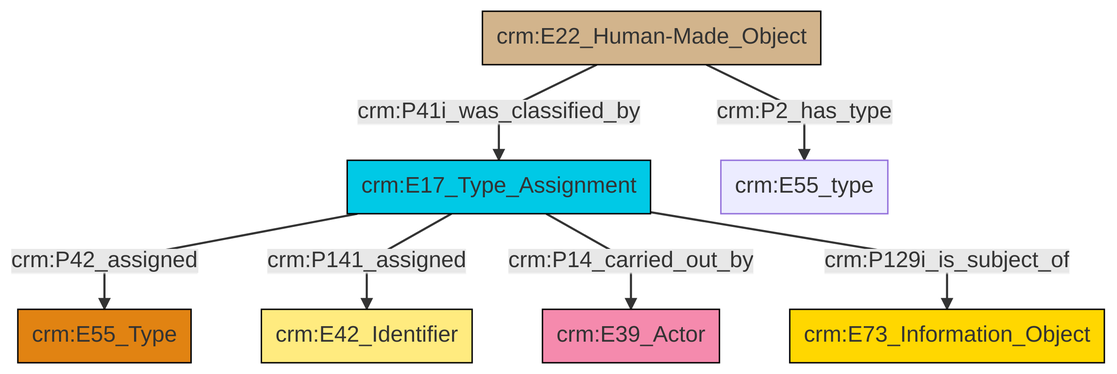
This is et/builtWorkCSV/ttl/mmd/png/Built_Work_designation_status.png from swiss-art-research-net/docs.swissartresearch, a Mermaid export, as it was before one commit. Its source is kept beside it as et/builtWorkCSV/ttl/mmd/Built_Work_designation_status.ttl.mmd.
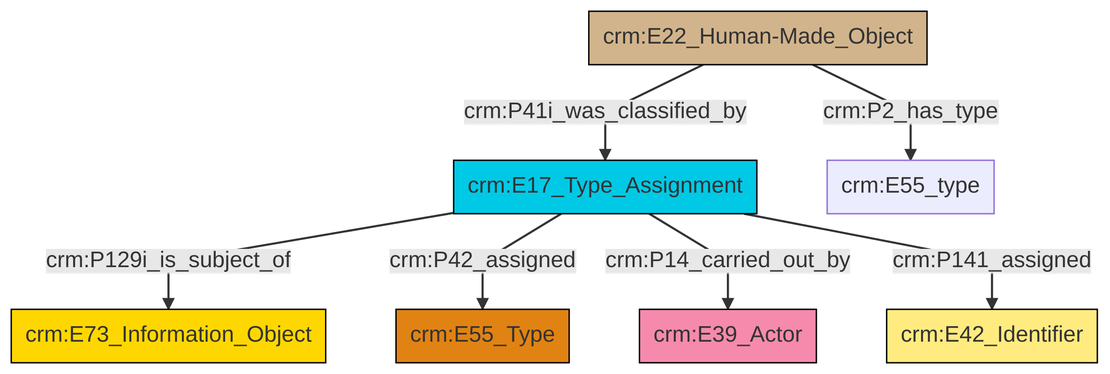
The same file after the commit.

The edit, as a diff of the source:
```diff
@@ -13,9 +13,9 @@
 classDef PC_Classes fill:#4ce600, stroke:#000000;
 classDef Multi fill:#cccccc,stroke:#000000;
 
-2["crm:E22_Human-Made_Object"]:::Physical_Thing -->|crm:P41i_was_classified_by| 3["crm:E17_Type_Assignment"]:::Temporal_Entity
-3["crm:E17_Type_Assignment"]:::Temporal_Entity -->|crm:P42_assigned| 0["crm:E55_Type"]:::Type
-3["crm:E17_Type_Assignment"]:::Temporal_Entity -->|crm:P141_assigned| 5["crm:E42_Identifier"]:::Appellation
-3["crm:E17_Type_Assignment"]:::Temporal_Entity -->|crm:P14_carried_out_by| 9["crm:E39_Actor"]:::Actor
-3["crm:E17_Type_Assignment"]:::Temporal_Entity -->|crm:P129i_is_subject_of| 7["crm:E73_Information_Object"]:::Conceptual_Object
-2["crm:E22_Human-Made_Object"]:::Physical_Thing -->|crm:P2_has_type| 12["crm:E55_type"]:::Default
+2["crm:E17_Type_Assignment"]:::Temporal_Entity -->|crm:P129i_is_subject_of| 3["crm:E73_Information_Object"]:::Conceptual_Object
+5["crm:E22_Human-Made_Object"]:::Physical_Thing -->|crm:P41i_was_classified_by| 2["crm:E17_Type_Assignment"]:::Temporal_Entity
+2["crm:E17_Type_Assignment"]:::Temporal_Entity -->|crm:P42_assigned| 0["crm:E55_Type"]:::Type
+5["crm:E22_Human-Made_Object"]:::Physical_Thing -->|crm:P2_has_type| 8["crm:E55_type"]:::Default
+2["crm:E17_Type_Assignment"]:::Temporal_Entity -->|crm:P14_carried_out_by| 6["crm:E39_Actor"]:::Actor
+2["crm:E17_Type_Assignment"]:::Temporal_Entity -->|crm:P141_assigned| 11["crm:E42_Identifier"]:::Appellation
```
